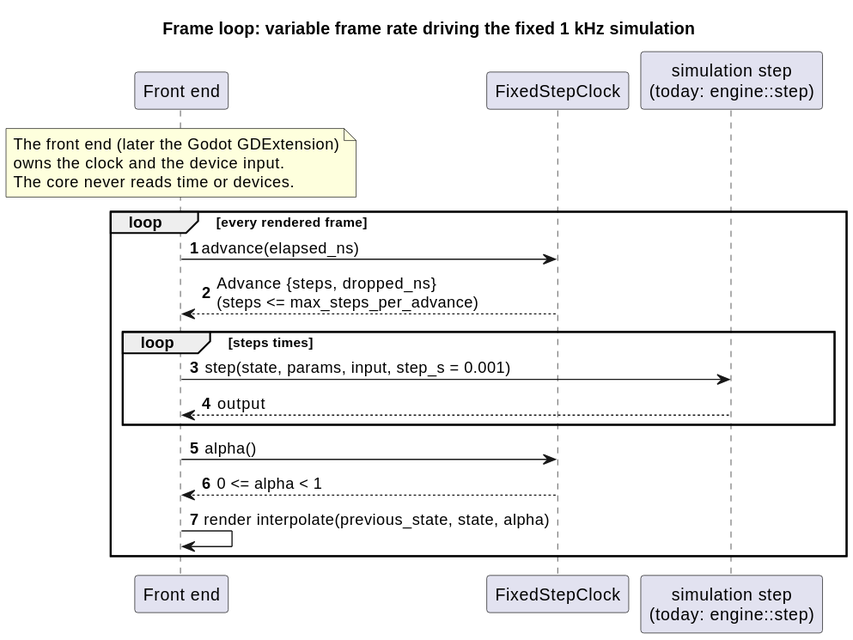
Earlier version of the PlantUML export docs/diagrams/svg/frame_loop_sequence.svg (wversteeg/TractorPulling).
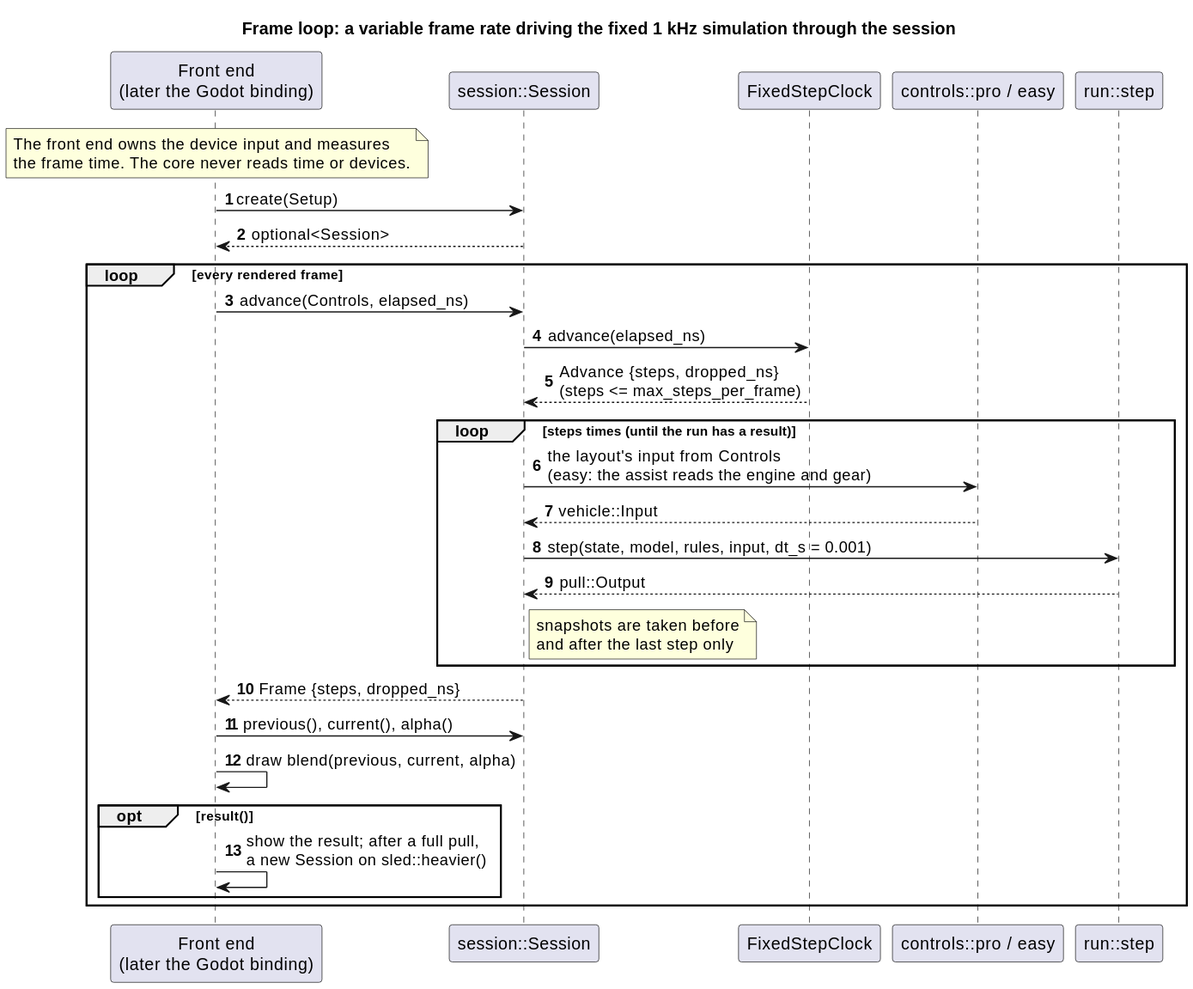
After the change.

Commit message:
Document the session and loading through the game

Change to the diagram source:
```diff
@@ -1,21 +1,33 @@
 @startuml
-title Frame loop: variable frame rate driving the fixed 1 kHz simulation
+title Frame loop: a variable frame rate driving the fixed 1 kHz simulation through the session
 autonumber
-participant "Front end" as Frontend
+participant "Front end\n(later the Godot binding)" as Frontend
+participant "session::Session" as Session
 participant "FixedStepClock" as Clock
-participant "simulation step\n(today: engine::step)" as Sim
+participant "controls::pro / easy" as Controls
+participant "run::step" as Run
 
-note over Frontend : The front end (later the Godot GDExtension)\nowns the clock and the device input.\nThe core never reads time or devices.
+note over Frontend : The front end owns the device input and measures\nthe frame time. The core never reads time or devices.
+
+Frontend -> Session : create(Setup)
+Session --> Frontend : optional<Session>
 
 loop every rendered frame
-  Frontend -> Clock : advance(elapsed_ns)
-  Clock --> Frontend : Advance {steps, dropped_ns}\n(steps <= max_steps_per_advance)
-  loop steps times
-    Frontend -> Sim : step(state, params, input, step_s = 0.001)
-    Sim --> Frontend : output
+  Frontend -> Session : advance(Controls, elapsed_ns)
+  Session -> Clock : advance(elapsed_ns)
+  Clock --> Session : Advance {steps, dropped_ns}\n(steps <= max_steps_per_frame)
+  loop steps times (until the run has a result)
+    Session -> Controls : the layout's input from Controls\n(easy: the assist reads the engine and gear)
+    Controls --> Session : vehicle::Input
+    Session -> Run : step(state, model, rules, input, dt_s = 0.001)
+    Run --> Session : pull::Output
+    note right of Session : snapshots are taken before\nand after the last step only
   end
-  Frontend -> Clock : alpha()
-  Clock --> Frontend : 0 <= alpha < 1
-  Frontend -> Frontend : render interpolate(previous_state, state, alpha)
+  Session --> Frontend : Frame {steps, dropped_ns}
+  Frontend -> Session : previous(), current(), alpha()
+  Frontend -> Frontend : draw blend(previous, current, alpha)
+  opt result()
+    Frontend -> Frontend : show the result; after a full pull,\na new Session on sled::heavier()
+  end
 end
 @enduml
```
